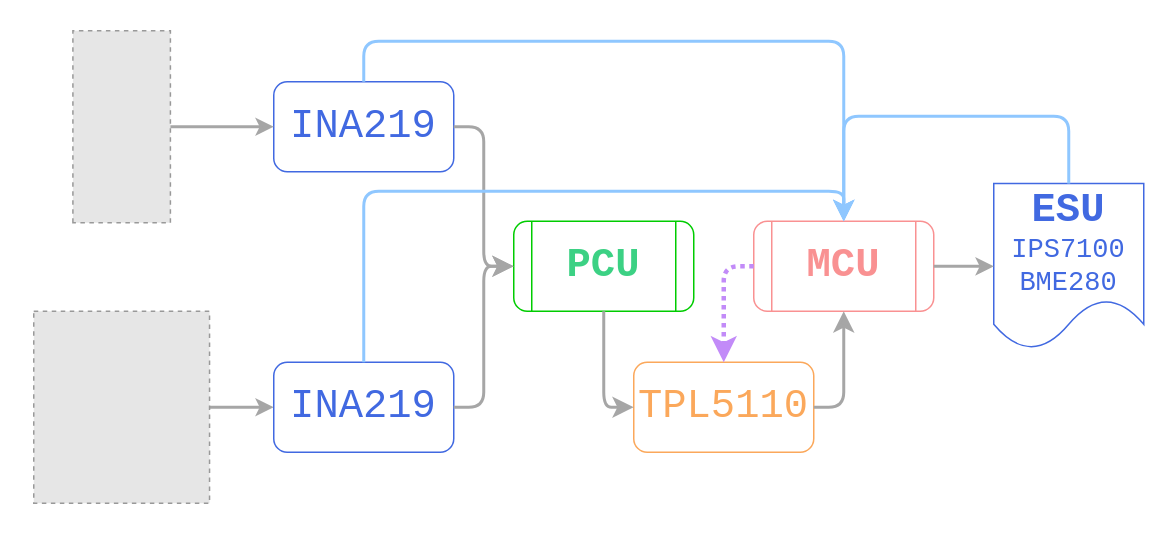
Earlier version of the draw.io diagram resources/LoRaWANNodeDesign.drawio (mi3nts/LoRaWANNodes). Source tidied: cells renumbered, new cells numbered last; positions are measured from the earlier drawing's top-left corner, leaving out a move shared by most shapes. Both pictures are drawn from the tidied source at 150%, with x=0, y=0 at pixel (26, 40). Pictures stored in the file or linked from it are replaced by grey dashed boxes.
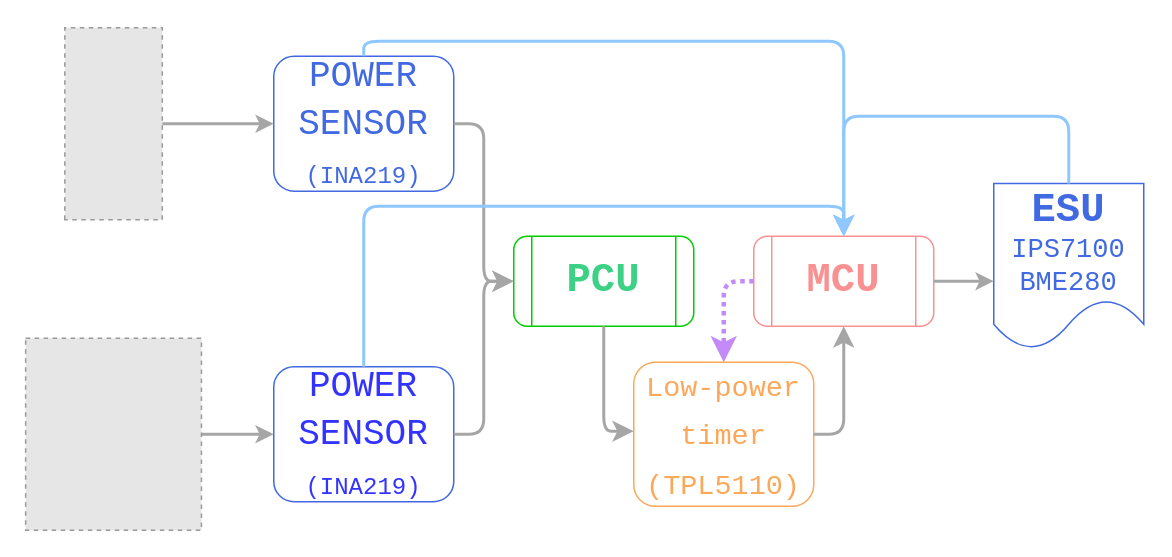
The same page after the edit.

Unchanged cells that the change refers to:
```xml
<mxCell id="6" value="&lt;b style=&quot;font-size: 27px;&quot;&gt;&lt;font color=&quot;#4169e1&quot;&gt;ESU&lt;/font&gt;&lt;/b&gt;&lt;div style=&quot;font-size: 18px;&quot;&gt;&lt;font color=&quot;#4169e1&quot; style=&quot;font-size: 18px;&quot;&gt;IPS7100&lt;/font&gt;&lt;/div&gt;&lt;div style=&quot;font-size: 18px;&quot;&gt;&lt;font color=&quot;#4169e1&quot; style=&quot;font-size: 18px;&quot;&gt;BME280&lt;/font&gt;&lt;/div&gt;" style="shape=document;whiteSpace=wrap;html=1;boundedLbl=1;fontFamily=Courier New;fontSize=27;fontColor=#000099;strokeColor=#4169E1;" parent="1" vertex="1">
  <mxGeometry x="645" y="94.8" width="100" height="110.5" as="geometry" />
</mxCell>
```

What changed in the source:
```diff
@@
-    <mxCell id="2" value="&lt;font color=&quot;#4169e1&quot; style=&quot;font-size: 27px;&quot;&gt;INA219&lt;/font&gt;" style="rounded=1;whiteSpace=wrap;html=1;fontFamily=Courier New;fontSize=27;strokeColor=#4169E1;fontColor=#3333FF;" parent="1" vertex="1">
-      <mxGeometry x="165" y="27" width="120" height="60" as="geometry" />
+    <mxCell id="2" value="&lt;font style=&quot;font-size: 24px;&quot; color=&quot;#4169e1&quot;&gt;POWER SENSOR&lt;/font&gt;&lt;div&gt;&lt;font style=&quot;font-size: 16px;&quot; color=&quot;#4169e1&quot;&gt;(INA219)&lt;/font&gt;&lt;/div&gt;" style="rounded=1;whiteSpace=wrap;html=1;fontFamily=Courier New;fontSize=27;strokeColor=#4169E1;fontColor=#3333FF;align=center;" parent="1" vertex="1">
+      <mxGeometry x="165" y="10" width="120" height="90" as="geometry" />
     </mxCell>
     <mxCell id="3" value="&lt;b style=&quot;font-size: 27px;&quot;&gt;&lt;font color=&quot;#3cd184&quot; style=&quot;font-size: 27px;&quot;&gt;PCU&lt;/font&gt;&lt;/b&gt;" style="shape=process;whiteSpace=wrap;html=1;backgroundOutline=1;rounded=1;fontFamily=Courier New;fontSize=27;strokeColor=#00CC00;" parent="1" vertex="1">
-      <mxGeometry x="325" y="120" width="120" height="60" as="geometry" />
+      <mxGeometry x="325" y="130" width="120" height="60" as="geometry" />
     </mxCell>
     <mxCell id="4" value="&lt;b style=&quot;font-size: 27px;&quot;&gt;&lt;font color=&quot;#f99192&quot; style=&quot;font-size: 27px;&quot;&gt;MCU&lt;/font&gt;&lt;/b&gt;" style="shape=process;whiteSpace=wrap;html=1;backgroundOutline=1;rounded=1;fontFamily=Courier New;fontSize=27;strokeColor=#f99192;" parent="1" vertex="1">
-      <mxGeometry x="485" y="120" width="120" height="60" as="geometry" />
+      <mxGeometry x="485" y="130" width="120" height="60" as="geometry" />
     </mxCell>
-    <mxCell id="5" value="&lt;font color=&quot;#fba85b&quot; style=&quot;font-size: 27px;&quot;&gt;TPL5110&lt;/font&gt;" style="rounded=1;whiteSpace=wrap;html=1;fontFamily=Courier New;fontSize=27;strokeColor=#FBA85B;" parent="1" vertex="1">
-      <mxGeometry x="405" y="214" width="120" height="60" as="geometry" />
+    <mxCell id="5" value="&lt;font color=&quot;#fba85b&quot; style=&quot;font-size: 19px;&quot;&gt;Low-power&lt;/font&gt;&lt;div&gt;&lt;font color=&quot;#fba85b&quot; style=&quot;font-size: 19px;&quot;&gt;timer&lt;/font&gt;&lt;/div&gt;&lt;div&gt;&lt;font color=&quot;#fba85b&quot;&gt;&lt;span style=&quot;font-size: 19px;&quot;&gt;(TPL5110)&lt;/span&gt;&lt;/font&gt;&lt;/div&gt;" style="rounded=1;whiteSpace=wrap;html=1;fontFamily=Courier New;fontSize=27;strokeColor=#FBA85B;" parent="1" vertex="1">
+      <mxGeometry x="405" y="214" width="120" height="96" as="geometry" />
     </mxCell>
@@
     <mxCell id="8" style="fillColor=#E6E6E6;strokeColor=#999999;dashed=1;html=1;verticalAlign=top;verticalLabelPosition=bottom;labelBackgroundColor=#ffffff;" parent="1" vertex="1">
-      <mxGeometry x="5" y="180" width="117.2" height="128" as="geometry" />
+      <mxGeometry x="-0.4" y="198" width="117.2" height="128" as="geometry" />
     </mxCell>
-    <mxCell id="9" value="&lt;span style=&quot;font-size: 27px;&quot;&gt;&lt;font color=&quot;#4169e1&quot; style=&quot;font-size: 27px;&quot;&gt;INA219&lt;/font&gt;&lt;/span&gt;" style="rounded=1;whiteSpace=wrap;html=1;fontFamily=Courier New;fontSize=27;strokeColor=#4169E1;fontColor=#3333FF;" parent="1" vertex="1">
-      <mxGeometry x="165" y="214" width="120" height="60" as="geometry" />
+    <mxCell id="9" value="&lt;font style=&quot;font-size: 24px;&quot;&gt;POWER SENSOR&lt;/font&gt;&lt;div&gt;&lt;font style=&quot;font-size: 16px;&quot;&gt;(INA219)&lt;/font&gt;&lt;/div&gt;" style="rounded=1;whiteSpace=wrap;html=1;fontFamily=Courier New;fontSize=27;strokeColor=#4169E1;fontColor=#3333FF;" parent="1" vertex="1">
+      <mxGeometry x="165" y="217" width="120" height="90" as="geometry" />
     </mxCell>
     <mxCell id="10" style="fillColor=#E6E6E6;strokeColor=#999999;dashed=1;html=1;verticalAlign=top;verticalLabelPosition=bottom;labelBackgroundColor=#ffffff;rotation=-90;" parent="1" vertex="1">
-      <mxGeometry x="-0.4" y="24.5" width="128" height="65" as="geometry" />
+      <mxGeometry x="-5.8" y="22.5" width="128" height="65" as="geometry" />
     </mxCell>
@@
     <mxCell id="13" style="edgeStyle=elbowEdgeStyle;elbow=vertical;endArrow=classic;html=1;curved=0;rounded=1;endSize=8;startSize=8;exitX=0.5;exitY=0;exitDx=0;exitDy=0;entryX=0.5;entryY=0;entryDx=0;entryDy=0;fillColor=#b1ddf0;strokeColor=#8FC7FF;strokeWidth=2;" parent="1" edge="1" source="9" target="4">
       <mxGeometry relative="1" as="geometry">
         <Array as="points">
-          <mxPoint x="385" y="100" />
+          <mxPoint x="385" y="110" />
         </Array>
       </mxGeometry>
     </mxCell>
-    <mxCell id="14" style="edgeStyle=segmentEdgeStyle;endArrow=classic;html=1;curved=0;rounded=1;endSize=8;startSize=8;exitX=0.5;exitY=1;exitDx=0;exitDy=0;entryX=0;entryY=0.5;entryDx=0;entryDy=0;fillColor=#eeeeee;strokeColor=#A6A6A6;strokeWidth=2;" parent="1" edge="1" source="3" target="5">
+    <mxCell id="14" style="edgeStyle=segmentEdgeStyle;endArrow=classic;html=1;curved=0;rounded=1;endSize=8;startSize=8;exitX=0.5;exitY=1;exitDx=0;exitDy=0;fillColor=#eeeeee;strokeColor=#A6A6A6;strokeWidth=2;" parent="1" edge="1" source="3">
       <mxGeometry relative="1" as="geometry">
+        <mxPoint x="405" y="260" as="targetPoint" />
         <Array as="points">
-          <mxPoint x="385" y="244" />
+          <mxPoint x="385" y="260" />
+          <mxPoint x="405" y="260" />
         </Array>
       </mxGeometry>
     </mxCell>
@@
     <mxCell id="16" style="edgeStyle=elbowEdgeStyle;elbow=horizontal;endArrow=classic;html=1;curved=0;rounded=1;endSize=8;startSize=8;exitX=1;exitY=0.5;exitDx=0;exitDy=0;flowAnimation=0;shadow=0;fillColor=#f5f5f5;gradientColor=#b3b3b3;strokeColor=#A6A6A6;fontSize=27;entryX=0;entryY=0.5;entryDx=0;entryDy=0;strokeWidth=2;" parent="1" edge="1" source="9" target="3">
       <mxGeometry relative="1" as="geometry">
         <Array as="points">
-          <mxPoint x="305" y="200" />
+          <mxPoint x="305" y="220" />
         </Array>
       </mxGeometry>
     </mxCell>
-    <mxCell id="17" style="endArrow=classic;html=1;rounded=0;exitX=1;exitY=0.5;exitDx=0;exitDy=0;entryX=0;entryY=0.5;entryDx=0;entryDy=0;strokeColor=#A6A6A6;strokeWidth=2;" parent="1" edge="1" source="4" target="6">
-      <mxGeometry relative="1" as="geometry" />
+    <mxCell id="17" style="endArrow=classic;html=1;rounded=0;exitX=1;exitY=0.5;exitDx=0;exitDy=0;entryX=0;entryY=0.5;entryDx=0;entryDy=0;strokeColor=#A6A6A6;strokeWidth=2;" parent="1" edge="1" source="4">
+      <mxGeometry relative="1" as="geometry">
+        <mxPoint x="645" y="160" as="targetPoint" />
+      </mxGeometry>
     </mxCell>
     <mxCell id="18" style="edgeStyle=segmentEdgeStyle;endArrow=classic;html=1;curved=0;rounded=1;endSize=8;startSize=8;exitX=0.5;exitY=0;exitDx=0;exitDy=0;fillColor=#b1ddf0;strokeColor=#8FC7FF;strokeWidth=2;" parent="1" edge="1" source="6">
       <mxGeometry relative="1" as="geometry">
-        <mxPoint x="545" y="120" as="targetPoint" />
+        <mxPoint x="545" y="130" as="targetPoint" />
         <Array as="points">
           <mxPoint x="695" y="50" />
           <mxPoint x="545" y="50" />
         </Array>
       </mxGeometry>
     </mxCell>
```
